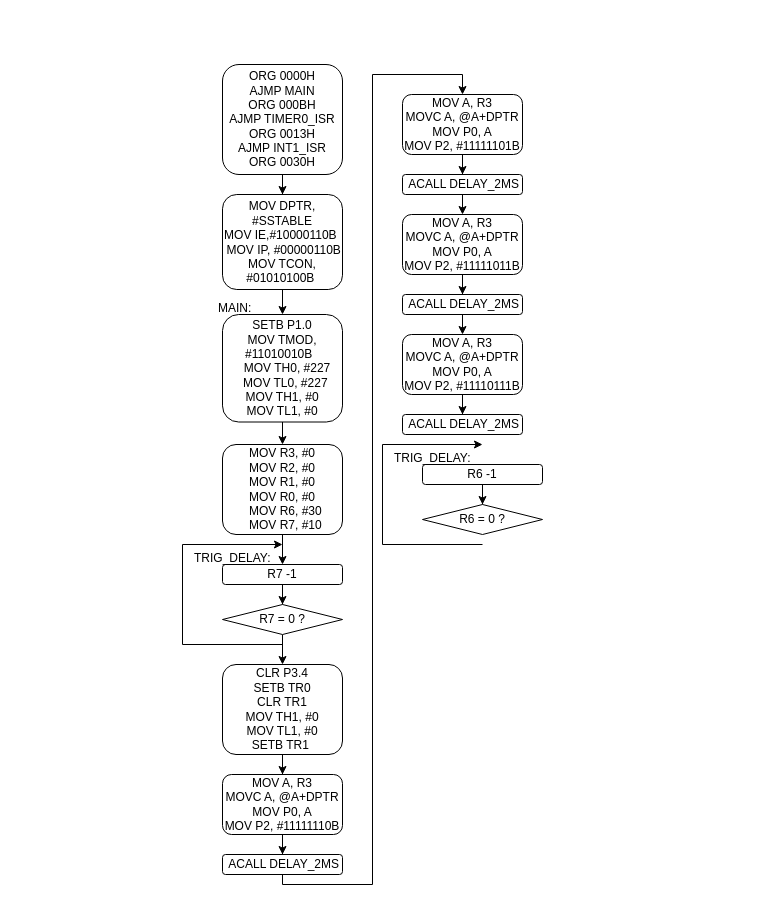
piting1104/se2 keeps this draw.io diagram as page "第 9 页" (9 of 9) of 未命名绘图.drawio. Above is the earlier version. Source tidied: cells renumbered, new cells numbered last; positions are measured from the earlier drawing's top-left corner, leaving out a move shared by most shapes. Both pictures are drawn from the tidied source at 100%, with x=0, y=0 at pixel (182, 64).
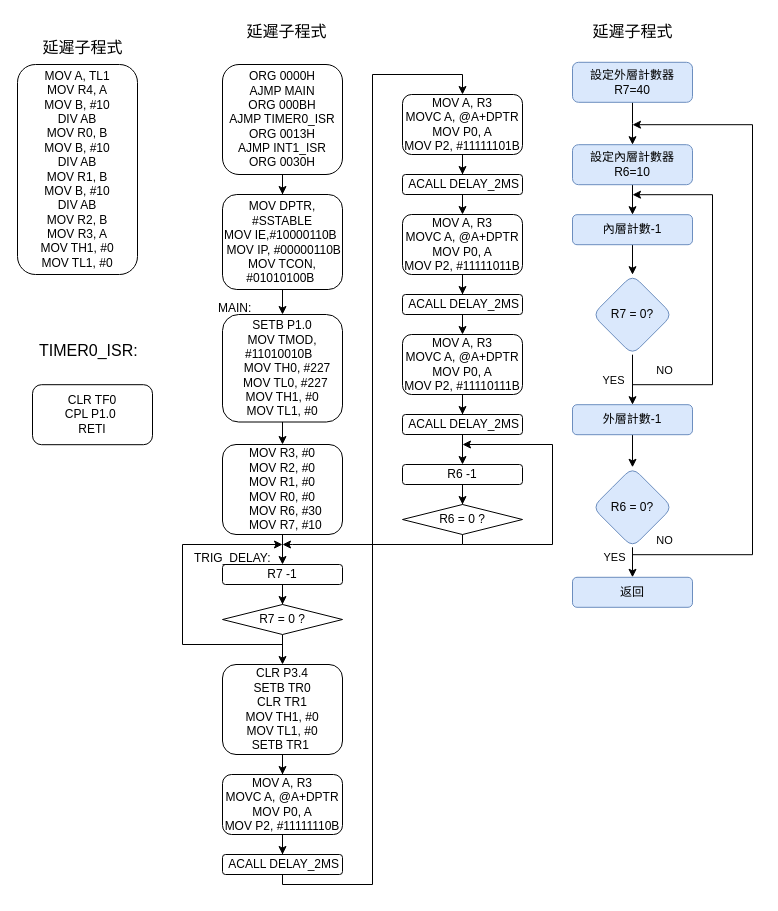
The same diagram, later.

Commit message:
更新未命名绘图.drawio

The change refers to these unchanged cells:
```xml
<mxCell id="32" value="&amp;nbsp;ACALL DELAY_2MS" style="whiteSpace=wrap;html=1;rounded=1;" parent="1" vertex="1">
  <mxGeometry x="220" y="350" width="120" height="20" as="geometry" />
</mxCell>
```

Change to the diagram source:
```diff
@@
     <mxCell id="18" value="TRIG_DELAY:" style="text;whiteSpace=wrap;" parent="1" vertex="1">
-      <mxGeometry x="10" y="480" width="110" height="40" as="geometry" />
+      <mxGeometry x="10" y="480" width="60" height="20" as="geometry" />
     </mxCell>
@@
     <mxCell id="35" value="R6 -1" style="whiteSpace=wrap;html=1;rounded=1;" parent="1" vertex="1">
-      <mxGeometry x="240" y="400" width="120" height="20" as="geometry" />
+      <mxGeometry x="220" y="400" width="120" height="20" as="geometry" />
     </mxCell>
     <mxCell id="36" value="R6 = 0 ?" style="rhombus;whiteSpace=wrap;html=1;" parent="1" vertex="1">
-      <mxGeometry x="240" y="440" width="120" height="30" as="geometry" />
+      <mxGeometry x="220" y="440" width="120" height="30" as="geometry" />
     </mxCell>
     <mxCell id="37" style="endArrow=classic;html=1;rounded=0;edgeStyle=orthogonalEdgeStyle;" parent="1" edge="1">
       <mxGeometry relative="1" as="geometry">
-        <mxPoint x="300" y="480" as="sourcePoint" />
-        <mxPoint x="300" y="380" as="targetPoint" />
+        <mxPoint x="280" y="480" as="sourcePoint" />
+        <mxPoint x="280" y="380" as="targetPoint" />
         <Array as="points">
-          <mxPoint x="200" y="480" />
-          <mxPoint x="200" y="380" />
+          <mxPoint x="370" y="480" />
+          <mxPoint x="370" y="380" />
         </Array>
       </mxGeometry>
     </mxCell>
-    <mxCell id="38" value="TRIG_DELAY:" style="text;whiteSpace=wrap;" parent="1" vertex="1">
-      <mxGeometry x="210" y="380" width="70" height="20" as="geometry" />
-    </mxCell>
+    <mxCell id="39" style="endArrow=classic;html=1;rounded=0;exitX=0.5;exitY=1;exitDx=0;exitDy=0;" parent="1" edge="1" source="32" target="35">
+      <mxGeometry relative="1" as="geometry" />
+    </mxCell>
+    <mxCell id="40" style="endArrow=classic;html=1;rounded=0;exitX=0.5;exitY=1;exitDx=0;exitDy=0;edgeStyle=orthogonalEdgeStyle;" parent="1" edge="1" source="36">
+      <mxGeometry relative="1" as="geometry">
+        <mxPoint x="100" y="480" as="targetPoint" />
+        <Array as="points">
+          <mxPoint x="280" y="480" />
+          <mxPoint x="110" y="480" />
+        </Array>
+      </mxGeometry>
+    </mxCell>
+    <mxCell id="41" value="&lt;div&gt;MOV A, TL1&lt;/div&gt;&lt;div&gt;&lt;span style=&quot;background-color: transparent; color: light-dark(rgb(0, 0, 0), rgb(255, 255, 255));&quot;&gt;MOV R4, A&lt;/span&gt;&lt;/div&gt;&lt;div&gt;&lt;span style=&quot;background-color: transparent; color: light-dark(rgb(0, 0, 0), rgb(255, 255, 255));&quot;&gt;MOV B, #10&lt;/span&gt;&lt;/div&gt;&lt;div&gt;&lt;span style=&quot;background-color: transparent; color: light-dark(rgb(0, 0, 0), rgb(255, 255, 255));&quot;&gt;DIV AB&lt;/span&gt;&lt;/div&gt;&lt;div&gt;&lt;span style=&quot;background-color: transparent; color: light-dark(rgb(0, 0, 0), rgb(255, 255, 255));&quot;&gt;MOV R0, B&lt;/span&gt;&lt;/div&gt;&lt;div&gt;&lt;span style=&quot;background-color: transparent; color: light-dark(rgb(0, 0, 0), rgb(255, 255, 255));&quot;&gt;MOV B, #10&lt;/span&gt;&lt;/div&gt;&lt;div&gt;DIV AB&lt;/div&gt;&lt;div&gt;&lt;span style=&quot;background-color: transparent; color: light-dark(rgb(0, 0, 0), rgb(255, 255, 255));&quot;&gt;MOV R1, B&lt;/span&gt;&lt;/div&gt;&lt;div&gt;MOV B, #10&lt;/div&gt;&lt;div&gt;&lt;span style=&quot;background-color: transparent; color: light-dark(rgb(0, 0, 0), rgb(255, 255, 255));&quot;&gt;DIV AB&lt;/span&gt;&lt;/div&gt;&lt;div&gt;MOV R2, B&lt;/div&gt;&lt;div&gt;&lt;span style=&quot;background-color: transparent; color: light-dark(rgb(0, 0, 0), rgb(255, 255, 255));&quot;&gt;MOV R3, A&lt;/span&gt;&lt;/div&gt;&lt;div&gt;&lt;span style=&quot;background-color: transparent; color: light-dark(rgb(0, 0, 0), rgb(255, 255, 255));&quot;&gt;MOV TH1, #0&lt;/span&gt;&lt;/div&gt;&lt;div&gt;&lt;span style=&quot;background-color: transparent; color: light-dark(rgb(0, 0, 0), rgb(255, 255, 255));&quot;&gt;MOV TL1, #0&lt;/span&gt;&lt;/div&gt;" style="rounded=1;whiteSpace=wrap;html=1;" parent="1" vertex="1">
+      <mxGeometry x="-165" width="120" height="210" as="geometry" />
+    </mxCell>
+    <mxCell id="42" value="&lt;div&gt;CLR TF0&lt;/div&gt;&lt;div&gt;&lt;span style=&quot;background-color: transparent; color: light-dark(rgb(0, 0, 0), rgb(255, 255, 255));&quot;&gt;CPL P1.0&amp;nbsp;&lt;/span&gt;&lt;/div&gt;&lt;div&gt;&lt;span style=&quot;background-color: transparent; color: light-dark(rgb(0, 0, 0), rgb(255, 255, 255));&quot;&gt;RETI&lt;/span&gt;&lt;/div&gt;" style="rounded=1;whiteSpace=wrap;html=1;" parent="1" vertex="1">
+      <mxGeometry x="-150" y="320.2" width="120" height="60" as="geometry" />
+    </mxCell>
+    <mxCell id="43" value="TIMER0_ISR:" style="text;whiteSpace=wrap;fontSize=16;" parent="1" vertex="1">
+      <mxGeometry x="-145" y="270" width="110" height="40" as="geometry" />
+    </mxCell>
+    <mxCell id="44" style="edgeStyle=orthogonalEdgeStyle;rounded=0;jettySize=auto;html=1;" parent="1" edge="1" source="45" target="47">
+      <mxGeometry relative="1" as="geometry" />
+    </mxCell>
+    <mxCell id="45" value="設定內層計數器R6=10" style="rounded=1;whiteSpace=wrap;html=1;fillColor=#dae8fc;strokeColor=#6c8ebf;" parent="1" vertex="1">
+      <mxGeometry x="390" y="80.2" width="120" height="40" as="geometry" />
+    </mxCell>
+    <mxCell id="46" style="edgeStyle=orthogonalEdgeStyle;rounded=0;jettySize=auto;html=1;" parent="1" edge="1" source="47" target="50">
+      <mxGeometry relative="1" as="geometry" />
+    </mxCell>
+    <mxCell id="47" value="內層計數-1" style="whiteSpace=wrap;html=1;rounded=1;fillColor=#dae8fc;strokeColor=#6c8ebf;" parent="1" vertex="1">
+      <mxGeometry x="390" y="150.2" width="120" height="30" as="geometry" />
+    </mxCell>
+    <mxCell id="48" style="edgeStyle=orthogonalEdgeStyle;rounded=0;jettySize=auto;html=1;" parent="1" edge="1" source="50" target="52">
+      <mxGeometry relative="1" as="geometry" />
+    </mxCell>
+    <mxCell id="49" value="YES" style="edgeLabel;html=1;align=center;verticalAlign=middle;" parent="48" vertex="1">
+      <mxGeometry x="0.08" y="2" relative="1" as="geometry">
+        <mxPoint x="-22" y="-2" as="offset" />
+      </mxGeometry>
+    </mxCell>
+    <mxCell id="50" value="R7 = 0?" style="rhombus;whiteSpace=wrap;html=1;rounded=1;fillColor=#dae8fc;strokeColor=#6c8ebf;" parent="1" vertex="1">
+      <mxGeometry x="410" y="210.2" width="80" height="80" as="geometry" />
+    </mxCell>
+    <mxCell id="51" style="edgeStyle=orthogonalEdgeStyle;rounded=0;jettySize=auto;html=1;" parent="1" edge="1" source="52" target="59">
+      <mxGeometry relative="1" as="geometry" />
+    </mxCell>
+    <mxCell id="52" value="外層計數-1" style="whiteSpace=wrap;html=1;rounded=1;fillColor=#dae8fc;strokeColor=#6c8ebf;" parent="1" vertex="1">
+      <mxGeometry x="390" y="340.2" width="120" height="30" as="geometry" />
+    </mxCell>
+    <mxCell id="53" style="endArrow=classic;html=1;rounded=0;edgeStyle=orthogonalEdgeStyle;" parent="1" edge="1">
+      <mxGeometry relative="1" as="geometry">
+        <mxPoint x="450" y="320.2" as="sourcePoint" />
+        <mxPoint x="450" y="130.2" as="targetPoint" />
+        <Array as="points">
+          <mxPoint x="530" y="320.2" />
+          <mxPoint x="530" y="130.2" />
+        </Array>
+      </mxGeometry>
+    </mxCell>
+    <mxCell id="54" style="edgeStyle=orthogonalEdgeStyle;rounded=0;jettySize=auto;html=1;" parent="1" edge="1" source="55">
+      <mxGeometry relative="1" as="geometry">
+        <mxPoint x="450" y="80.2" as="targetPoint" />
+      </mxGeometry>
+    </mxCell>
+    <mxCell id="55" value="設定外層計數器R7=40" style="rounded=1;whiteSpace=wrap;html=1;fillColor=#dae8fc;strokeColor=#6c8ebf;" parent="1" vertex="1">
+      <mxGeometry x="390" y="-2.2" width="120" height="40" as="geometry" />
+    </mxCell>
+    <mxCell id="56" value="NO" style="edgeLabel;html=1;align=center;verticalAlign=middle;" parent="1" vertex="1">
+      <mxGeometry x="450" y="320.2" as="geometry">
+        <mxPoint x="31" y="-15" as="offset" />
+      </mxGeometry>
+    </mxCell>
+    <mxCell id="57" value="YES" style="edgeLabel;html=1;align=center;verticalAlign=middle;" parent="1" vertex="1">
+      <mxGeometry x="420" y="547.7" as="geometry">
+        <mxPoint x="11" y="-55" as="offset" />
+      </mxGeometry>
+    </mxCell>
+    <mxCell id="58" style="edgeStyle=orthogonalEdgeStyle;rounded=0;jettySize=auto;html=1;" parent="1" edge="1" source="59" target="60">
+      <mxGeometry relative="1" as="geometry" />
+    </mxCell>
+    <mxCell id="59" value="R6 = 0?" style="rhombus;whiteSpace=wrap;html=1;rounded=1;fillColor=#dae8fc;strokeColor=#6c8ebf;" parent="1" vertex="1">
+      <mxGeometry x="410" y="402.8" width="80" height="80" as="geometry" />
+    </mxCell>
+    <mxCell id="60" value="返回" style="whiteSpace=wrap;html=1;rounded=1;fillColor=#dae8fc;strokeColor=#6c8ebf;" parent="1" vertex="1">
+      <mxGeometry x="390" y="512.8" width="120" height="30" as="geometry" />
+    </mxCell>
+    <mxCell id="61" style="endArrow=classic;html=1;rounded=0;edgeStyle=orthogonalEdgeStyle;" parent="1" edge="1">
+      <mxGeometry relative="1" as="geometry">
+        <mxPoint x="450" y="490.2" as="sourcePoint" />
+        <mxPoint x="450" y="60.2" as="targetPoint" />
+        <Array as="points">
+          <mxPoint x="570" y="490.2" />
+          <mxPoint x="570" y="60.2" />
+        </Array>
+      </mxGeometry>
+    </mxCell>
+    <mxCell id="62" value="NO" style="edgeLabel;html=1;align=center;verticalAlign=middle;" parent="1" vertex="1">
+      <mxGeometry x="450" y="490.2" as="geometry">
+        <mxPoint x="31" y="-15" as="offset" />
+      </mxGeometry>
+    </mxCell>
+    <mxCell id="63" value="延遲子程式" style="text;html=1;align=center;verticalAlign=middle;strokeColor=none;fillColor=none;fontSize=16;fontFamily=Times New Roman;" parent="1" vertex="1">
+      <mxGeometry x="400" y="-47.8" width="100" height="30" as="geometry" />
+    </mxCell>
+    <mxCell id="64" value="延遲子程式" style="text;html=1;align=center;verticalAlign=middle;strokeColor=none;fillColor=none;fontSize=16;fontFamily=Times New Roman;" parent="1" vertex="1">
+      <mxGeometry x="-150" y="-32.2" width="100" height="30" as="geometry" />
+    </mxCell>
+    <mxCell id="65" value="延遲子程式" style="text;html=1;align=center;verticalAlign=middle;strokeColor=none;fillColor=none;fontSize=16;fontFamily=Times New Roman;" parent="1" vertex="1">
+      <mxGeometry x="54" y="-47.8" width="100" height="30" as="geometry" />
+    </mxCell>
```
